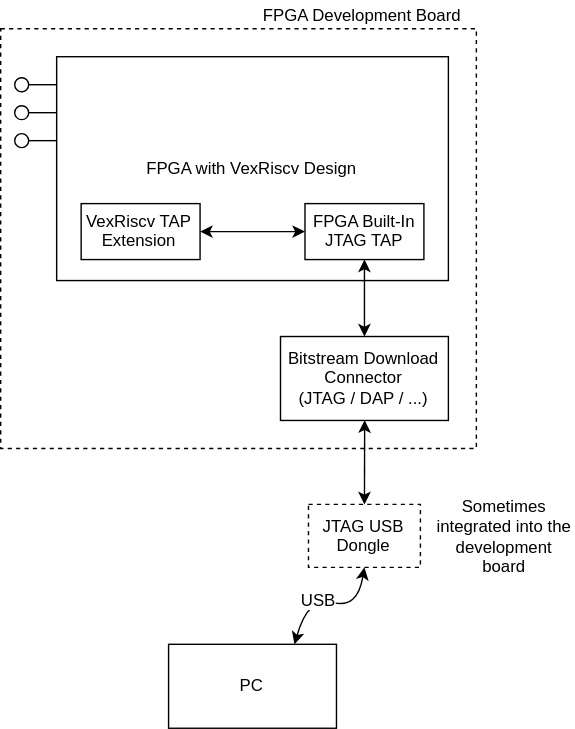
Earlier version of the draw.io export assets/vexriscv_ocd/vexriscv_ocd-system_setup_shared_tap.svg (tomverbeure/tomverbeure.github.io). Source tidied: cells renumbered, new cells last; positions are measured from the earlier drawing's top-left corner, leaving out a move shared by most shapes.
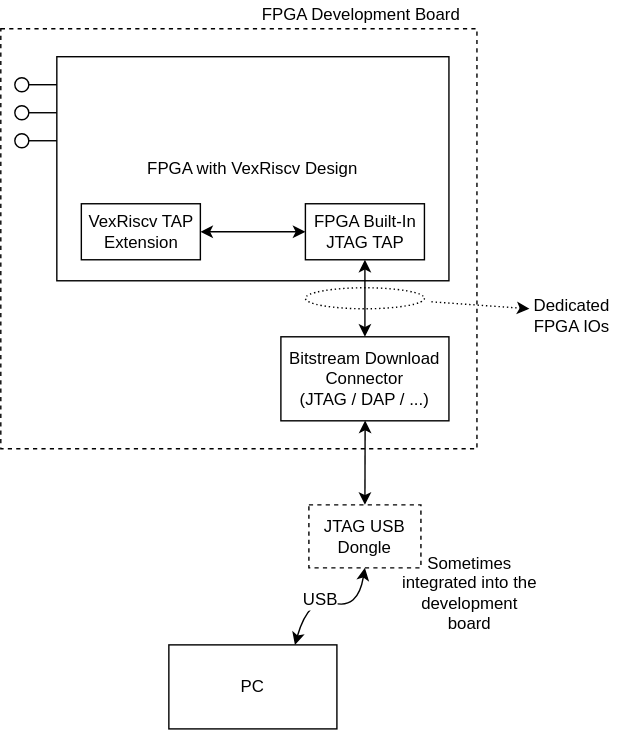
The same file after the commit.

Diff of the diagram source:
```diff
@@ -72,7 +72,19 @@
       <mxGeometry relative="1" as="geometry" />
     </mxCell>
     <mxCell id="21" value="Sometimes integrated into the development board" style="text;html=1;strokeColor=none;fillColor=none;align=center;verticalAlign=middle;whiteSpace=wrap;rounded=0;" parent="1" vertex="1">
-      <mxGeometry x="310" y="350" width="100" height="65" as="geometry" />
+      <mxGeometry x="285" y="390" width="100" height="65" as="geometry" />
     </mxCell>
+    <mxCell id="22" value="Dedicated&lt;br&gt;FPGA IOs" style="text;html=1;strokeColor=none;fillColor=none;align=center;verticalAlign=middle;whiteSpace=wrap;rounded=0;dashed=1;dashPattern=1 2;" parent="1" vertex="1">
+      <mxGeometry x="372.5" y="215" width="70" height="20" as="geometry" />
+    </mxCell>
+    <mxCell id="23" style="endArrow=classic;html=1;dashed=1;dashPattern=1 2;" parent="1" edge="1">
+      <mxGeometry relative="1" as="geometry">
+        <mxPoint x="307.5" y="215" as="sourcePoint" />
+        <mxPoint x="377.5" y="220" as="targetPoint" />
+      </mxGeometry>
+    </mxCell>
+    <mxCell id="24" style="ellipse;whiteSpace=wrap;html=1;dashed=1;dashPattern=1 2;fillColor=none;" parent="1" vertex="1">
+      <mxGeometry x="217.5" y="205" width="85" height="15" as="geometry" />
+    </mxCell>
   </root>
 </mxGraphModel>
```
